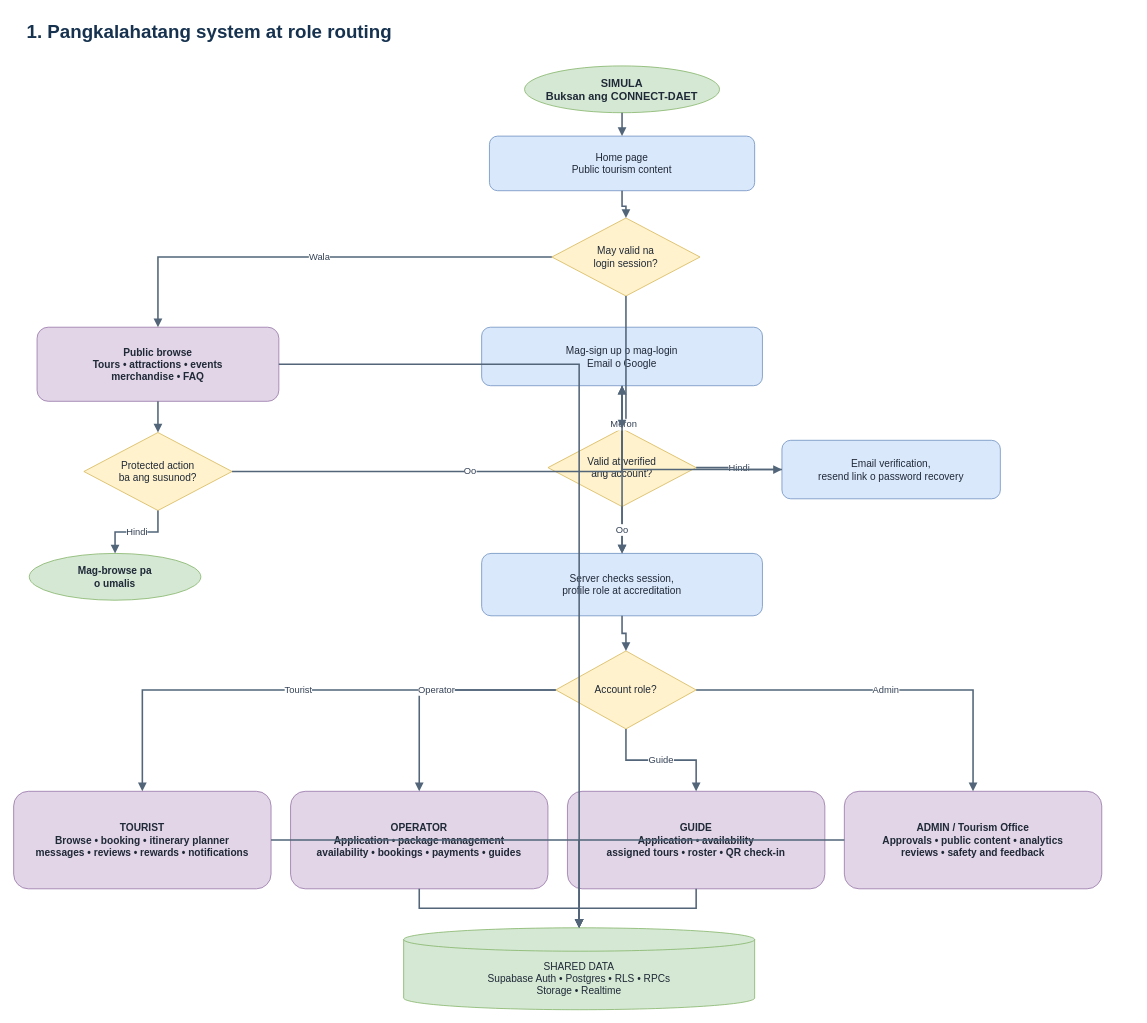
Earlier version of the draw.io diagram page "01 System Overview" (1 of 6) of docs/CONNECT_DAET_SYSTEM_FLOWCHART.drawio (MarkBarrios19/daet-connect.ph). Source tidied: cells renumbered, new cells numbered last; positions are measured from the earlier drawing's top-left corner, leaving out a move shared by most shapes. Both pictures are drawn from the tidied source at 78%, with x=0, y=0 at pixel (13, 13).
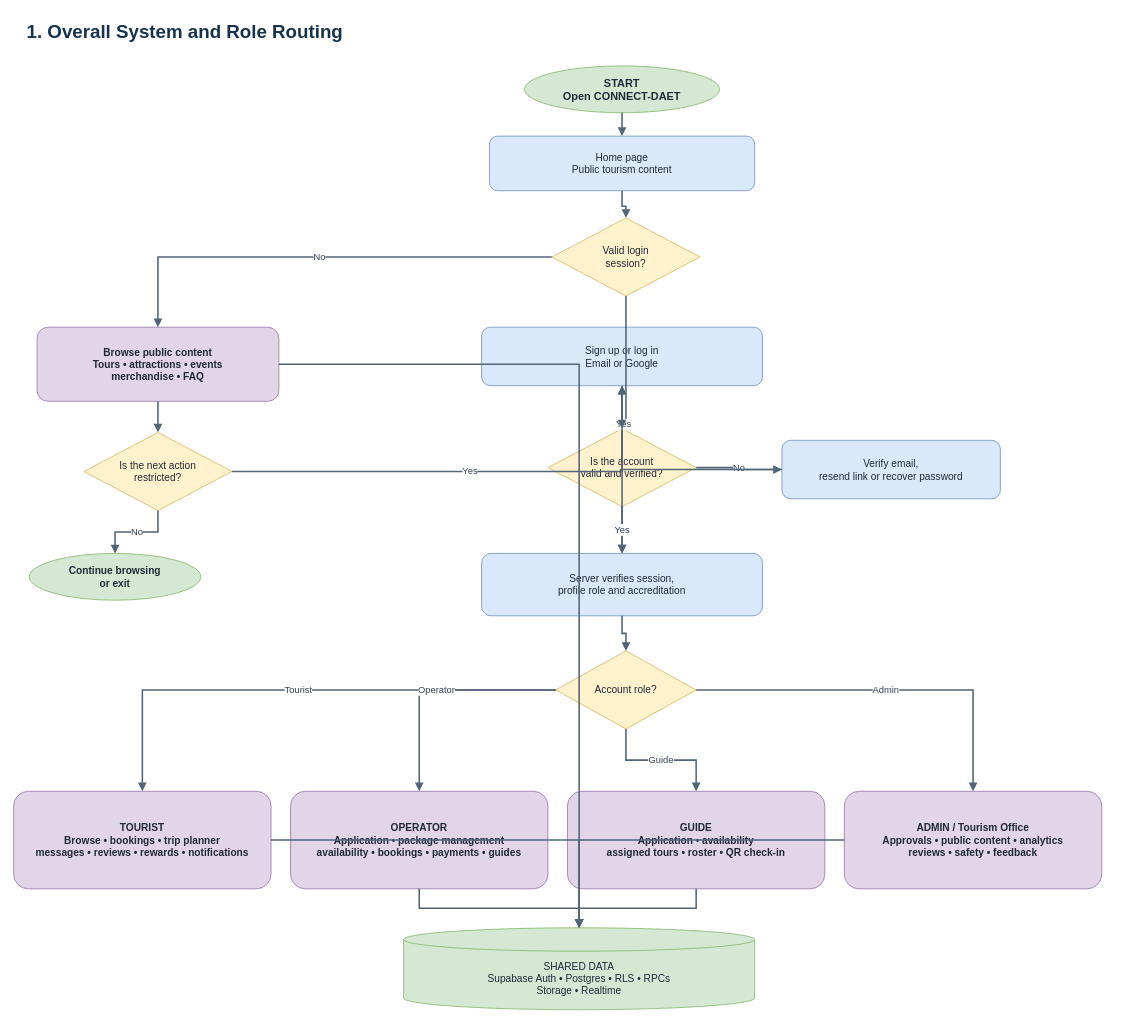
The same diagram, later.

Commit message (it also covers changes not shown here):
Translate system flowcharts to English

Change to the diagram source:
```diff
@@
-    <mxCell id="2" value="1. Pangkalahatang system at role routing" style="text;html=1;align=left;verticalAlign=middle;fontSize=24;fontStyle=1;fontColor=#16324f;whiteSpace=wrap;" parent="1" vertex="1">
+    <mxCell id="2" value="1. Overall System and Role Routing" style="text;html=1;align=left;verticalAlign=middle;fontSize=24;fontStyle=1;fontColor=#16324f;whiteSpace=wrap;" parent="1" vertex="1">
       <mxGeometry x="15" width="1420" height="48" as="geometry" />
     </mxCell>
-    <mxCell id="3" value="SIMULA&lt;br&gt;Buksan ang CONNECT-DAET" style="ellipse;whiteSpace=wrap;html=1;fillColor=#d5e8d4;strokeColor=#82b366;fontColor=#1f2937;fontSize=14;fontStyle=1;align=center;verticalAlign=middle;spacing=8;" parent="1" vertex="1">
+    <mxCell id="3" value="START&lt;br&gt;Open CONNECT-DAET" style="ellipse;whiteSpace=wrap;html=1;fillColor=#d5e8d4;strokeColor=#82b366;fontColor=#1f2937;fontSize=14;fontStyle=1;align=center;verticalAlign=middle;spacing=8;" parent="1" vertex="1">
       <mxGeometry x="655" y="67" width="250" height="60" as="geometry" />
     </mxCell>
@@
-    <mxCell id="5" value="May valid na&lt;br&gt;login session?" style="rhombus;whiteSpace=wrap;html=1;fillColor=#fff2cc;strokeColor=#d6b656;fontColor=#1f2937;fontSize=13;align=center;verticalAlign=middle;spacing=6;" parent="1" vertex="1">
+    <mxCell id="5" value="Valid login&lt;br&gt;session?" style="rhombus;whiteSpace=wrap;html=1;fillColor=#fff2cc;strokeColor=#d6b656;fontColor=#1f2937;fontSize=13;align=center;verticalAlign=middle;spacing=6;" parent="1" vertex="1">
       <mxGeometry x="690" y="262" width="190" height="100" as="geometry" />
     </mxCell>
-    <mxCell id="6" value="Public browse&lt;br&gt;Tours • attractions • events&lt;br&gt;merchandise • FAQ" style="rounded=1;whiteSpace=wrap;html=1;fillColor=#e1d5e7;strokeColor=#9673a6;fontColor=#1f2937;fontSize=13;fontStyle=1;align=center;verticalAlign=middle;spacing=8;" parent="1" vertex="1">
+    <mxCell id="6" value="Browse public content&lt;br&gt;Tours • attractions • events&lt;br&gt;merchandise • FAQ" style="rounded=1;whiteSpace=wrap;html=1;fillColor=#e1d5e7;strokeColor=#9673a6;fontColor=#1f2937;fontSize=13;fontStyle=1;align=center;verticalAlign=middle;spacing=8;" parent="1" vertex="1">
       <mxGeometry x="30" y="402" width="310" height="95" as="geometry" />
     </mxCell>
-    <mxCell id="7" value="Protected action&lt;br&gt;ba ang susunod?" style="rhombus;whiteSpace=wrap;html=1;fillColor=#fff2cc;strokeColor=#d6b656;fontColor=#1f2937;fontSize=13;align=center;verticalAlign=middle;spacing=6;" parent="1" vertex="1">
+    <mxCell id="7" value="Is the next action&lt;br&gt;restricted?" style="rhombus;whiteSpace=wrap;html=1;fillColor=#fff2cc;strokeColor=#d6b656;fontColor=#1f2937;fontSize=13;align=center;verticalAlign=middle;spacing=6;" parent="1" vertex="1">
       <mxGeometry x="90" y="537" width="190" height="100" as="geometry" />
     </mxCell>
-    <mxCell id="8" value="Mag-browse pa&lt;br&gt;o umalis" style="ellipse;whiteSpace=wrap;html=1;fillColor=#d5e8d4;strokeColor=#82b366;fontColor=#1f2937;fontSize=13;fontStyle=1;align=center;verticalAlign=middle;spacing=8;" parent="1" vertex="1">
+    <mxCell id="8" value="Continue browsing&lt;br&gt;or exit" style="ellipse;whiteSpace=wrap;html=1;fillColor=#d5e8d4;strokeColor=#82b366;fontColor=#1f2937;fontSize=13;fontStyle=1;align=center;verticalAlign=middle;spacing=8;" parent="1" vertex="1">
       <mxGeometry x="20" y="692" width="220" height="60" as="geometry" />
     </mxCell>
-    <mxCell id="9" value="Mag-sign up o mag-login&lt;br&gt;Email o Google" style="rounded=1;whiteSpace=wrap;html=1;fillColor=#dae8fc;strokeColor=#6c8ebf;fontColor=#1f2937;fontSize=13;align=center;verticalAlign=middle;spacing=8;" parent="1" vertex="1">
+    <mxCell id="9" value="Sign up or log in&lt;br&gt;Email or Google" style="rounded=1;whiteSpace=wrap;html=1;fillColor=#dae8fc;strokeColor=#6c8ebf;fontColor=#1f2937;fontSize=13;align=center;verticalAlign=middle;spacing=8;" parent="1" vertex="1">
       <mxGeometry x="600" y="402" width="360" height="75" as="geometry" />
     </mxCell>
-    <mxCell id="10" value="Valid at verified&lt;br&gt;ang account?" style="rhombus;whiteSpace=wrap;html=1;fillColor=#fff2cc;strokeColor=#d6b656;fontColor=#1f2937;fontSize=13;align=center;verticalAlign=middle;spacing=6;" parent="1" vertex="1">
+    <mxCell id="10" value="Is the account&lt;br&gt;valid and verified?" style="rhombus;whiteSpace=wrap;html=1;fillColor=#fff2cc;strokeColor=#d6b656;fontColor=#1f2937;fontSize=13;align=center;verticalAlign=middle;spacing=6;" parent="1" vertex="1">
       <mxGeometry x="685" y="532" width="190" height="100" as="geometry" />
     </mxCell>
-    <mxCell id="11" value="Email verification,&lt;br&gt;resend link o password recovery" style="rounded=1;whiteSpace=wrap;html=1;fillColor=#dae8fc;strokeColor=#6c8ebf;fontColor=#1f2937;fontSize=13;align=center;verticalAlign=middle;spacing=8;" parent="1" vertex="1">
+    <mxCell id="11" value="Verify email,&lt;br&gt;resend link or recover password" style="rounded=1;whiteSpace=wrap;html=1;fillColor=#dae8fc;strokeColor=#6c8ebf;fontColor=#1f2937;fontSize=13;align=center;verticalAlign=middle;spacing=8;" parent="1" vertex="1">
       <mxGeometry x="985" y="547" width="280" height="75" as="geometry" />
     </mxCell>
-    <mxCell id="12" value="Server checks session,&lt;br&gt;profile role at accreditation" style="rounded=1;whiteSpace=wrap;html=1;fillColor=#dae8fc;strokeColor=#6c8ebf;fontColor=#1f2937;fontSize=13;align=center;verticalAlign=middle;spacing=8;" parent="1" vertex="1">
+    <mxCell id="12" value="Server verifies session,&lt;br&gt;profile role and accreditation" style="rounded=1;whiteSpace=wrap;html=1;fillColor=#dae8fc;strokeColor=#6c8ebf;fontColor=#1f2937;fontSize=13;align=center;verticalAlign=middle;spacing=8;" parent="1" vertex="1">
       <mxGeometry x="600" y="692" width="360" height="80" as="geometry" />
     </mxCell>
@@
-    <mxCell id="14" value="TOURIST&lt;br&gt;Browse • booking • itinerary planner&lt;br&gt;messages • reviews • rewards • notifications" style="rounded=1;whiteSpace=wrap;html=1;fillColor=#e1d5e7;strokeColor=#9673a6;fontColor=#1f2937;fontSize=13;fontStyle=1;align=center;verticalAlign=middle;spacing=8;" parent="1" vertex="1">
+    <mxCell id="14" value="TOURIST&lt;br&gt;Browse • bookings • trip planner&lt;br&gt;messages • reviews • rewards • notifications" style="rounded=1;whiteSpace=wrap;html=1;fillColor=#e1d5e7;strokeColor=#9673a6;fontColor=#1f2937;fontSize=13;fontStyle=1;align=center;verticalAlign=middle;spacing=8;" parent="1" vertex="1">
       <mxGeometry y="997" width="330" height="125" as="geometry" />
     </mxCell>
@@
-    <mxCell id="17" value="ADMIN / Tourism Office&lt;br&gt;Approvals • public content • analytics&lt;br&gt;reviews • safety and feedback" style="rounded=1;whiteSpace=wrap;html=1;fillColor=#e1d5e7;strokeColor=#9673a6;fontColor=#1f2937;fontSize=13;fontStyle=1;align=center;verticalAlign=middle;spacing=8;" parent="1" vertex="1">
+    <mxCell id="17" value="ADMIN / Tourism Office&lt;br&gt;Approvals • public content • analytics&lt;br&gt;reviews • safety • feedback" style="rounded=1;whiteSpace=wrap;html=1;fillColor=#e1d5e7;strokeColor=#9673a6;fontColor=#1f2937;fontSize=13;fontStyle=1;align=center;verticalAlign=middle;spacing=8;" parent="1" vertex="1">
       <mxGeometry x="1065" y="997" width="330" height="125" as="geometry" />
     </mxCell>
@@
-    <mxCell id="21" value="Wala" style="edgeStyle=orthogonalEdgeStyle;rounded=0;jettySize=auto;html=1;endArrow=block;endFill=1;strokeColor=#526579;strokeWidth=2;fontColor=#334155;fontSize=12;labelBackgroundColor=#ffffff;" parent="1" edge="1" source="5" target="6">
+    <mxCell id="21" value="No" style="edgeStyle=orthogonalEdgeStyle;rounded=0;jettySize=auto;html=1;endArrow=block;endFill=1;strokeColor=#526579;strokeWidth=2;fontColor=#334155;fontSize=12;labelBackgroundColor=#ffffff;" parent="1" edge="1" source="5" target="6">
       <mxGeometry relative="1" as="geometry" />
     </mxCell>
@@
-    <mxCell id="23" value="Hindi" style="edgeStyle=orthogonalEdgeStyle;rounded=0;jettySize=auto;html=1;endArrow=block;endFill=1;strokeColor=#526579;strokeWidth=2;fontColor=#334155;fontSize=12;labelBackgroundColor=#ffffff;" parent="1" edge="1" source="7" target="8">
+    <mxCell id="23" value="No" style="edgeStyle=orthogonalEdgeStyle;rounded=0;jettySize=auto;html=1;endArrow=block;endFill=1;strokeColor=#526579;strokeWidth=2;fontColor=#334155;fontSize=12;labelBackgroundColor=#ffffff;" parent="1" edge="1" source="7" target="8">
       <mxGeometry relative="1" as="geometry" />
     </mxCell>
-    <mxCell id="24" value="Oo" style="edgeStyle=orthogonalEdgeStyle;rounded=0;jettySize=auto;html=1;endArrow=block;endFill=1;strokeColor=#526579;strokeWidth=2;fontColor=#334155;fontSize=12;labelBackgroundColor=#ffffff;" parent="1" edge="1" source="7" target="9">
+    <mxCell id="24" value="Yes" style="edgeStyle=orthogonalEdgeStyle;rounded=0;jettySize=auto;html=1;endArrow=block;endFill=1;strokeColor=#526579;strokeWidth=2;fontColor=#334155;fontSize=12;labelBackgroundColor=#ffffff;" parent="1" edge="1" source="7" target="9">
       <mxGeometry relative="1" as="geometry" />
     </mxCell>
-    <mxCell id="25" value="Meron" style="edgeStyle=orthogonalEdgeStyle;rounded=0;jettySize=auto;html=1;endArrow=block;endFill=1;strokeColor=#526579;strokeWidth=2;fontColor=#334155;fontSize=12;labelBackgroundColor=#ffffff;" parent="1" edge="1" source="5" target="12">
+    <mxCell id="25" value="Yes" style="edgeStyle=orthogonalEdgeStyle;rounded=0;jettySize=auto;html=1;endArrow=block;endFill=1;strokeColor=#526579;strokeWidth=2;fontColor=#334155;fontSize=12;labelBackgroundColor=#ffffff;" parent="1" edge="1" source="5" target="12">
       <mxGeometry relative="1" as="geometry" />
     </mxCell>
@@
-    <mxCell id="27" value="Hindi" style="edgeStyle=orthogonalEdgeStyle;rounded=0;jettySize=auto;html=1;endArrow=block;endFill=1;strokeColor=#526579;strokeWidth=2;fontColor=#334155;fontSize=12;labelBackgroundColor=#ffffff;" parent="1" edge="1" source="10" target="11">
+    <mxCell id="27" value="No" style="edgeStyle=orthogonalEdgeStyle;rounded=0;jettySize=auto;html=1;endArrow=block;endFill=1;strokeColor=#526579;strokeWidth=2;fontColor=#334155;fontSize=12;labelBackgroundColor=#ffffff;" parent="1" edge="1" source="10" target="11">
       <mxGeometry relative="1" as="geometry" />
     </mxCell>
@@
-    <mxCell id="29" value="Oo" style="edgeStyle=orthogonalEdgeStyle;rounded=0;jettySize=auto;html=1;endArrow=block;endFill=1;strokeColor=#526579;strokeWidth=2;fontColor=#334155;fontSize=12;labelBackgroundColor=#ffffff;" parent="1" edge="1" source="10" target="12">
+    <mxCell id="29" value="Yes" style="edgeStyle=orthogonalEdgeStyle;rounded=0;jettySize=auto;html=1;endArrow=block;endFill=1;strokeColor=#526579;strokeWidth=2;fontColor=#334155;fontSize=12;labelBackgroundColor=#ffffff;" parent="1" edge="1" source="10" target="12">
       <mxGeometry relative="1" as="geometry" />
     </mxCell>
```
